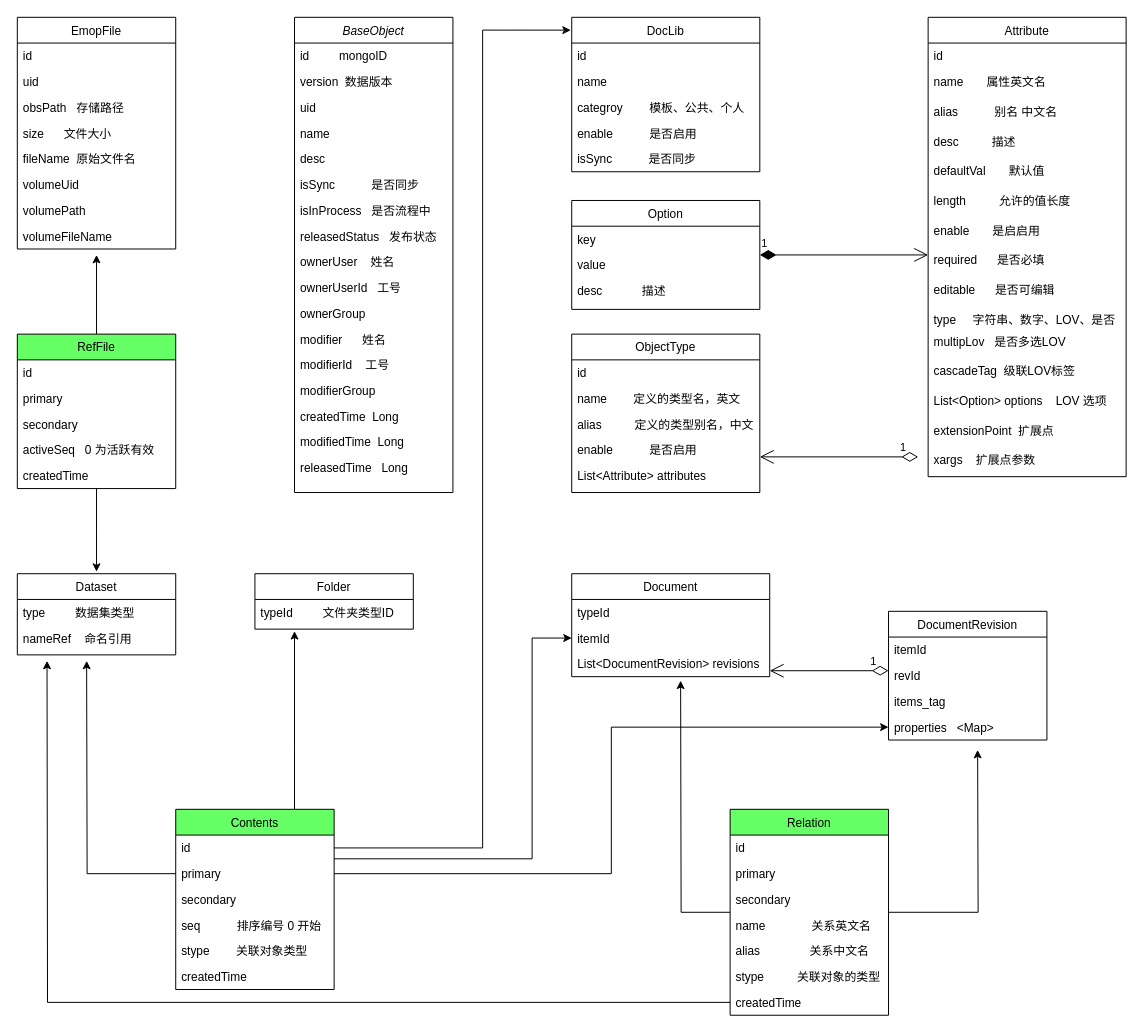
Earlier version of the draw.io diagram doc.drawio (lvmq/emop). Source tidied: cells renumbered, new cells numbered last; positions are measured from the earlier drawing's top-left corner, leaving out a move shared by most shapes. Both pictures are drawn from the tidied source at 99%, with x=0, y=0 at pixel (17, 17).
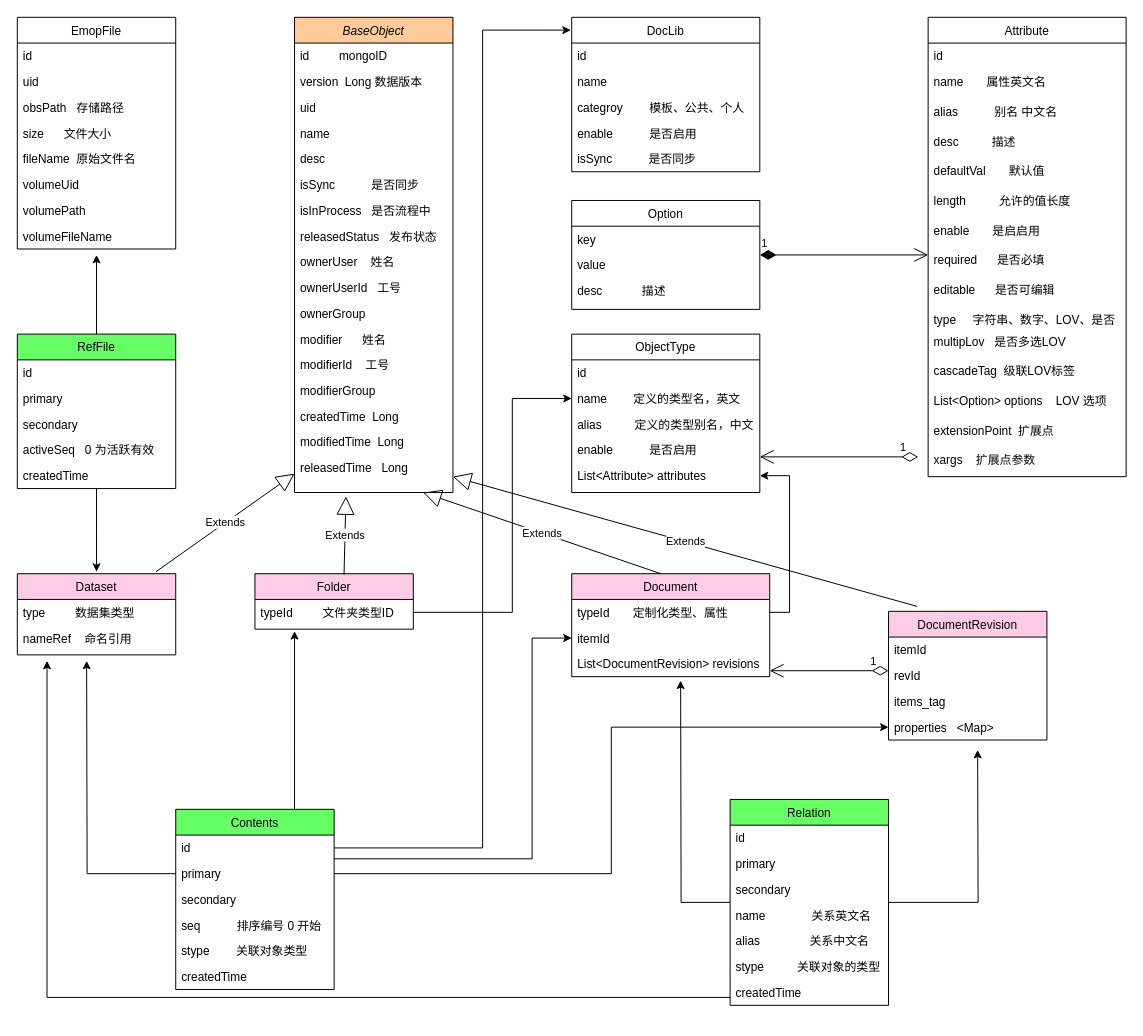
The same page after the edit.

Commit message:
update UML design

Unchanged cells that the change refers to:
```xml
<mxCell id="19" value="releasedTime   Long" style="text;align=left;verticalAlign=top;spacingLeft=4;spacingRight=4;overflow=hidden;points=[[0,0.5],[1,0.5]];portConstraint=eastwest;rounded=0;shadow=0;html=0;" parent="2" vertex="1">
  <mxGeometry y="442" width="160" height="38" as="geometry" />
</mxCell>
<mxCell id="24" value="typeId         文件夹类型ID" style="text;align=left;verticalAlign=top;spacingLeft=4;spacingRight=4;overflow=hidden;points=[[0,0.5],[1,0.5]];portConstraint=eastwest;" parent="23" vertex="1">
  <mxGeometry y="26" width="160" height="26" as="geometry" />
</mxCell>
<mxCell id="68" value="createdTime" style="text;align=left;verticalAlign=top;spacingLeft=4;spacingRight=4;overflow=hidden;points=[[0,0.5],[1,0.5]];portConstraint=eastwest;" parent="61" vertex="1">
  <mxGeometry y="182" width="160" height="26" as="geometry" />
</mxCell>
<mxCell id="71" value="name        定义的类型名，英文" style="text;align=left;verticalAlign=top;spacingLeft=4;spacingRight=4;overflow=hidden;points=[[0,0.5],[1,0.5]];portConstraint=eastwest;" parent="69" vertex="1">
  <mxGeometry y="52" width="190" height="26" as="geometry" />
</mxCell>
<mxCell id="74" value="List&lt;Attribute&gt; attributes" style="text;align=left;verticalAlign=top;spacingLeft=4;spacingRight=4;overflow=hidden;points=[[0,0.5],[1,0.5]];portConstraint=eastwest;" parent="69" vertex="1">
  <mxGeometry y="130" width="190" height="26" as="geometry" />
</mxCell>
```

What changed in the source:
```diff
@@
-    <mxCell id="2" value="BaseObject&#10;" style="swimlane;fontStyle=2;align=center;verticalAlign=top;horizontal=1;startSize=26;rounded=0;shadow=0;strokeWidth=1;" parent="1" vertex="1">
+    <mxCell id="2" value="BaseObject&#10;" style="swimlane;fontStyle=2;align=center;verticalAlign=top;horizontal=1;startSize=26;rounded=0;shadow=0;strokeWidth=1;fillColor=#FFCC99;" parent="1" vertex="1">
       <mxGeometry x="280" width="160" height="480" as="geometry" />
     </mxCell>
@@
-    <mxCell id="4" value="version  数据版本" style="text;align=left;verticalAlign=top;spacingLeft=4;spacingRight=4;overflow=hidden;rounded=0;shadow=0;html=0;" parent="2" vertex="1">
+    <mxCell id="4" value="version  Long 数据版本" style="text;align=left;verticalAlign=top;spacingLeft=4;spacingRight=4;overflow=hidden;rounded=0;shadow=0;html=0;" parent="2" vertex="1">
       <mxGeometry y="52" width="160" height="26" as="geometry" />
     </mxCell>
@@
-    <mxCell id="20" value="Dataset&#10;" style="swimlane;fontStyle=0;align=center;verticalAlign=top;horizontal=1;startSize=26;rounded=0;shadow=0;strokeWidth=1;" parent="1" vertex="1">
+    <mxCell id="20" value="Dataset&#10;" style="swimlane;fontStyle=0;align=center;verticalAlign=top;horizontal=1;startSize=26;rounded=0;shadow=0;strokeWidth=1;fillColor=#FFCCE6;" parent="1" vertex="1">
       <mxGeometry y="562" width="160" height="82" as="geometry" />
     </mxCell>
@@
-    <mxCell id="23" value="Folder&#10;" style="swimlane;fontStyle=0;align=center;verticalAlign=top;horizontal=1;startSize=26;rounded=0;shadow=0;strokeWidth=1;" parent="1" vertex="1">
+    <mxCell id="23" value="Folder&#10;" style="swimlane;fontStyle=0;align=center;verticalAlign=top;horizontal=1;startSize=26;rounded=0;shadow=0;strokeWidth=1;fillColor=#FFCCE6;" parent="1" vertex="1">
       <mxGeometry x="240" y="562" width="160" height="56" as="geometry" />
     </mxCell>
@@
-    <mxCell id="25" value="Document" style="swimlane;fontStyle=0;align=center;verticalAlign=top;horizontal=1;startSize=26;rounded=0;shadow=0;strokeWidth=1;" parent="1" vertex="1">
+    <mxCell id="25" value="Document" style="swimlane;fontStyle=0;align=center;verticalAlign=top;horizontal=1;startSize=26;rounded=0;shadow=0;strokeWidth=1;fillColor=#FFCCE6;" parent="1" vertex="1">
       <mxGeometry x="560" y="562" width="200" height="104" as="geometry" />
     </mxCell>
-    <mxCell id="26" value="typeId" style="text;align=left;verticalAlign=top;spacingLeft=4;spacingRight=4;overflow=hidden;points=[[0,0.5],[1,0.5]];portConstraint=eastwest;" parent="25" vertex="1">
+    <mxCell id="26" value="typeId       定制化类型、属性" style="text;align=left;verticalAlign=top;spacingLeft=4;spacingRight=4;overflow=hidden;points=[[0,0.5],[1,0.5]];portConstraint=eastwest;" parent="25" vertex="1">
       <mxGeometry y="26" width="200" height="26" as="geometry" />
     </mxCell>
@@
-    <mxCell id="29" value="DocumentRevision" style="swimlane;fontStyle=0;align=center;verticalAlign=top;horizontal=1;startSize=26;rounded=0;shadow=0;strokeWidth=1;" parent="1" vertex="1">
+    <mxCell id="29" value="DocumentRevision" style="swimlane;fontStyle=0;align=center;verticalAlign=top;horizontal=1;startSize=26;rounded=0;shadow=0;strokeWidth=1;fillColor=#FFCCE6;" parent="1" vertex="1">
       <mxGeometry x="880" y="600" width="160" height="130" as="geometry" />
     </mxCell>
@@
     <mxCell id="61" value="Relation" style="swimlane;fontStyle=0;align=center;verticalAlign=top;horizontal=1;startSize=26;rounded=0;shadow=0;strokeWidth=1;fillColor=#66FF66;" parent="1" vertex="1">
-      <mxGeometry x="720" y="800" width="160" height="208" as="geometry" />
+      <mxGeometry x="720" y="790" width="160" height="208" as="geometry" />
     </mxCell>
@@
     <mxCell id="107" style="edgeStyle=orthogonalEdgeStyle;rounded=0;jettySize=auto;html=1;" parent="1" edge="1" source="68">
       <mxGeometry relative="1" as="geometry">
         <mxPoint x="30" y="650" as="targetPoint" />
+        <Array as="points">
+          <mxPoint x="30" y="990" />
+        </Array>
       </mxGeometry>
     </mxCell>
@@
+    <mxCell id="109" value="Extends" style="endArrow=block;endSize=16;endFill=0;html=1;rounded=0;entryX=0;entryY=0.5;entryDx=0;entryDy=0;" parent="1" edge="1" target="19">
+      <mxGeometry relative="1" as="geometry">
+        <mxPoint x="140" y="560" as="sourcePoint" />
+      </mxGeometry>
+    </mxCell>
+    <mxCell id="110" value="Extends" style="endArrow=block;endSize=16;endFill=0;html=1;rounded=0;entryX=0.325;entryY=1.105;entryDx=0;entryDy=0;entryPerimeter=0;" parent="1" edge="1" target="19">
+      <mxGeometry relative="1" as="geometry">
+        <mxPoint x="330" y="563" as="sourcePoint" />
+      </mxGeometry>
+    </mxCell>
+    <mxCell id="111" value="Extends" style="endArrow=block;endSize=16;endFill=0;html=1;rounded=0;" parent="1" edge="1">
+      <mxGeometry relative="1" as="geometry">
+        <mxPoint x="650" y="562" as="sourcePoint" />
+        <mxPoint x="410" y="480" as="targetPoint" />
+      </mxGeometry>
+    </mxCell>
+    <mxCell id="112" value="Extends" style="endArrow=block;endSize=16;endFill=0;html=1;rounded=0;entryX=0.813;entryY=1.263;entryDx=0;entryDy=0;entryPerimeter=0;exitX=0.181;exitY=-0.038;exitDx=0;exitDy=0;exitPerimeter=0;" parent="1" edge="1" source="29">
+      <mxGeometry relative="1" as="geometry">
+        <mxPoint x="440" y="464" as="targetPoint" />
+      </mxGeometry>
+    </mxCell>
+    <mxCell id="113" style="edgeStyle=orthogonalEdgeStyle;rounded=0;jettySize=auto;html=1;entryX=0;entryY=0.5;entryDx=0;entryDy=0;" parent="1" edge="1" source="24" target="71">
+      <mxGeometry relative="1" as="geometry">
+        <Array as="points">
+          <mxPoint x="500" y="601" />
+          <mxPoint x="500" y="385" />
+        </Array>
+      </mxGeometry>
+    </mxCell>
+    <mxCell id="114" style="edgeStyle=orthogonalEdgeStyle;rounded=0;jettySize=auto;html=1;exitX=1;exitY=0.5;exitDx=0;exitDy=0;entryX=1;entryY=0.5;entryDx=0;entryDy=0;" parent="1" edge="1" source="26" target="74">
+      <mxGeometry relative="1" as="geometry" />
+    </mxCell>
```
